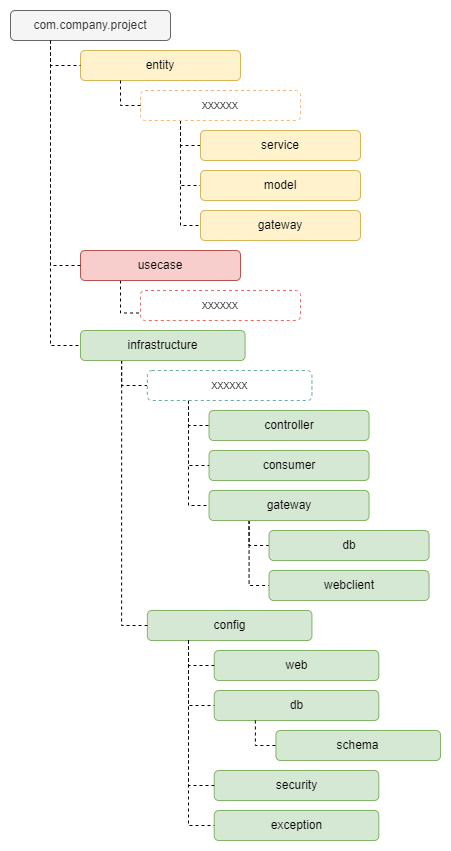
LuanPSantos/Clean-Architecture-Simplified keeps this draw.io diagram as imgs/package.png. Above is the earlier version. Source tidied: cells renumbered, new cells last; positions are measured from the earlier drawing's top-left corner, leaving out a move shared by most shapes.
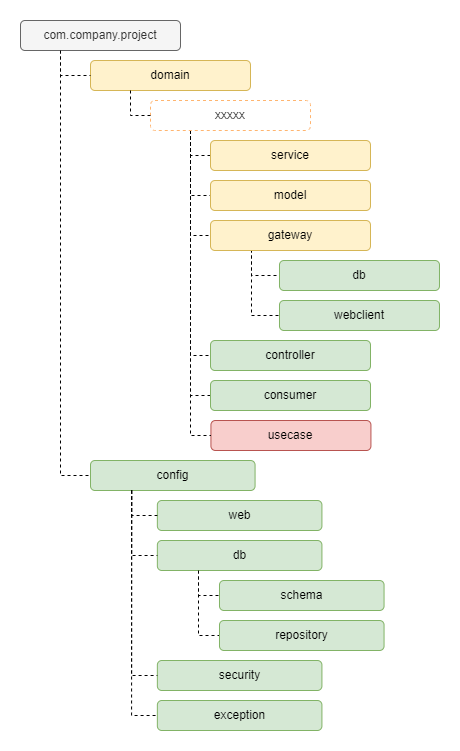
The same diagram one commit later.

What changed in the source:
```diff
@@ -2,164 +2,140 @@
   <root>
     <mxCell id="0" />
     <mxCell id="1" parent="0" />
-    <mxCell id="2" style="edgeStyle=orthogonalEdgeStyle;rounded=0;jettySize=auto;html=1;exitX=0.25;exitY=1;exitDx=0;exitDy=0;entryX=0;entryY=0.5;entryDx=0;entryDy=0;dashed=1;endArrow=none;endFill=0;" parent="1" edge="1" source="3" target="37">
+    <mxCell id="2" style="edgeStyle=orthogonalEdgeStyle;rounded=0;jettySize=auto;html=1;exitX=0.25;exitY=1;exitDx=0;exitDy=0;entryX=0;entryY=0.5;entryDx=0;entryDy=0;dashed=1;endArrow=none;endFill=0;" parent="1" edge="1" source="3" target="24">
       <mxGeometry relative="1" as="geometry" />
     </mxCell>
     <mxCell id="3" value="com.company.project" style="rounded=1;whiteSpace=wrap;html=1;fillColor=#f5f5f5;fontColor=#333333;strokeColor=#666666;" parent="1" vertex="1">
-      <mxGeometry width="160" height="30" as="geometry" />
+      <mxGeometry x="-20" y="-80" width="160" height="30" as="geometry" />
     </mxCell>
-    <mxCell id="4" value="entity" style="rounded=1;whiteSpace=wrap;html=1;fillColor=#fff2cc;strokeColor=#d6b656;" parent="1" vertex="1">
-      <mxGeometry x="70" y="40" width="160" height="30" as="geometry" />
+    <mxCell id="4" value="domain" style="rounded=1;whiteSpace=wrap;html=1;fillColor=#fff2cc;strokeColor=#d6b656;" parent="1" vertex="1">
+      <mxGeometry x="50" y="-40" width="160" height="30" as="geometry" />
     </mxCell>
     <mxCell id="5" style="edgeStyle=orthogonalEdgeStyle;rounded=0;jettySize=auto;html=1;exitX=0.25;exitY=1;exitDx=0;exitDy=0;entryX=0;entryY=0.5;entryDx=0;entryDy=0;dashed=1;endArrow=none;endFill=0;" parent="1" edge="1" source="3" target="4">
       <mxGeometry relative="1" as="geometry">
         <Array as="points">
-          <mxPoint x="40" y="55" />
+          <mxPoint x="20" y="-25" />
         </Array>
       </mxGeometry>
     </mxCell>
-    <mxCell id="6" style="edgeStyle=orthogonalEdgeStyle;rounded=0;jettySize=auto;html=1;exitX=0.25;exitY=1;exitDx=0;exitDy=0;entryX=0;entryY=0.75;entryDx=0;entryDy=0;dashed=1;endArrow=none;endFill=0;" parent="1" edge="1" source="7" target="38">
-      <mxGeometry relative="1" as="geometry">
-        <Array as="points">
-          <mxPoint x="110" y="303" />
-        </Array>
-      </mxGeometry>
+    <mxCell id="6" value="usecase" style="rounded=1;whiteSpace=wrap;html=1;fillColor=#f8cecc;strokeColor=#b85450;" parent="1" vertex="1">
+      <mxGeometry x="170.4" y="320" width="160" height="30" as="geometry" />
     </mxCell>
-    <mxCell id="7" value="usecase" style="rounded=1;whiteSpace=wrap;html=1;fillColor=#f8cecc;strokeColor=#b85450;" parent="1" vertex="1">
-      <mxGeometry x="70" y="240" width="160" height="30" as="geometry" />
+    <mxCell id="7" style="edgeStyle=orthogonalEdgeStyle;rounded=0;jettySize=auto;html=1;exitX=0.25;exitY=1;exitDx=0;exitDy=0;entryX=0;entryY=0.5;entryDx=0;entryDy=0;dashed=1;endArrow=none;endFill=0;" parent="1" edge="1" source="13" target="6">
+      <mxGeometry relative="1" as="geometry" />
     </mxCell>
-    <mxCell id="8" style="edgeStyle=orthogonalEdgeStyle;rounded=0;jettySize=auto;html=1;exitX=0.25;exitY=1;exitDx=0;exitDy=0;entryX=0;entryY=0.5;entryDx=0;entryDy=0;dashed=1;endArrow=none;endFill=0;" parent="1" edge="1" source="3" target="7">
-      <mxGeometry relative="1" as="geometry" />
+    <mxCell id="8" style="edgeStyle=orthogonalEdgeStyle;rounded=0;jettySize=auto;html=1;exitX=0.25;exitY=1;exitDx=0;exitDy=0;entryX=0;entryY=0.5;entryDx=0;entryDy=0;dashed=1;endArrow=none;endFill=0;" parent="1" edge="1" source="13" target="18">
+      <mxGeometry relative="1" as="geometry">
+        <Array as="points">
+          <mxPoint x="150" y="55" />
+        </Array>
+      </mxGeometry>
     </mxCell>
-    <mxCell id="9" style="edgeStyle=orthogonalEdgeStyle;rounded=0;jettySize=auto;html=1;exitX=0.25;exitY=1;exitDx=0;exitDy=0;entryX=0;entryY=0.5;entryDx=0;entryDy=0;dashed=1;endArrow=none;endFill=0;" parent="1" edge="1" source="12" target="20">
-      <mxGeometry relative="1" as="geometry">
-        <Array as="points">
-          <mxPoint x="170" y="135" />
-        </Array>
-      </mxGeometry>
+    <mxCell id="9" style="edgeStyle=orthogonalEdgeStyle;rounded=0;jettySize=auto;html=1;exitX=0.25;exitY=1;exitDx=0;exitDy=0;entryX=0;entryY=0.5;entryDx=0;entryDy=0;dashed=1;endArrow=none;endFill=0;" parent="1" edge="1" source="13" target="19">
+      <mxGeometry relative="1" as="geometry" />
     </mxCell>
-    <mxCell id="10" style="edgeStyle=orthogonalEdgeStyle;rounded=0;jettySize=auto;html=1;exitX=0.25;exitY=1;exitDx=0;exitDy=0;entryX=0;entryY=0.5;entryDx=0;entryDy=0;dashed=1;endArrow=none;endFill=0;" parent="1" edge="1" source="12" target="21">
+    <mxCell id="10" style="edgeStyle=orthogonalEdgeStyle;rounded=0;jettySize=auto;html=1;exitX=0.25;exitY=1;exitDx=0;exitDy=0;entryX=0;entryY=0.5;entryDx=0;entryDy=0;dashed=1;endArrow=none;endFill=0;" parent="1" edge="1" source="13" target="22">
       <mxGeometry relative="1" as="geometry" />
     </mxCell>
-    <mxCell id="11" style="edgeStyle=orthogonalEdgeStyle;rounded=0;jettySize=auto;html=1;exitX=0.25;exitY=1;exitDx=0;exitDy=0;entryX=0;entryY=0.5;entryDx=0;entryDy=0;dashed=1;endArrow=none;endFill=0;" parent="1" edge="1" source="12" target="22">
+    <mxCell id="11" style="edgeStyle=orthogonalEdgeStyle;rounded=0;jettySize=auto;html=1;exitX=0.25;exitY=1;exitDx=0;exitDy=0;entryX=0;entryY=0.5;entryDx=0;entryDy=0;dashed=1;endArrow=none;endFill=0;" parent="1" edge="1" source="13" target="15">
       <mxGeometry relative="1" as="geometry" />
     </mxCell>
-    <mxCell id="12" value="xxxxxx" style="rounded=1;whiteSpace=wrap;html=1;dashed=1;strokeColor=#FFB570;" parent="1" vertex="1">
-      <mxGeometry x="130" y="80" width="160" height="30" as="geometry" />
+    <mxCell id="12" style="edgeStyle=orthogonalEdgeStyle;rounded=0;jettySize=auto;html=1;exitX=0.25;exitY=1;exitDx=0;exitDy=0;entryX=0;entryY=0.5;entryDx=0;entryDy=0;dashed=1;endArrow=none;endFill=0;" parent="1" edge="1" source="13" target="23">
+      <mxGeometry relative="1" as="geometry" />
     </mxCell>
-    <mxCell id="13" style="edgeStyle=orthogonalEdgeStyle;rounded=0;jettySize=auto;html=1;exitX=0.25;exitY=1;exitDx=0;exitDy=0;entryX=0;entryY=0.5;entryDx=0;entryDy=0;dashed=1;endArrow=none;endFill=0;" parent="1" edge="1" source="4" target="12">
-      <mxGeometry relative="1" as="geometry">
-        <Array as="points">
-          <mxPoint x="110" y="95" />
-        </Array>
-      </mxGeometry>
+    <mxCell id="13" value="xxxxx" style="rounded=1;whiteSpace=wrap;html=1;dashed=1;strokeColor=#FFB570;" parent="1" vertex="1">
+      <mxGeometry x="110" width="160" height="30" as="geometry" />
     </mxCell>
-    <mxCell id="14" value="controller" style="rounded=1;whiteSpace=wrap;html=1;fillColor=#d5e8d4;strokeColor=#82b366;" parent="1" vertex="1">
-      <mxGeometry x="198.6" y="400" width="160" height="30" as="geometry" />
+    <mxCell id="14" style="edgeStyle=orthogonalEdgeStyle;rounded=0;jettySize=auto;html=1;exitX=0.25;exitY=1;exitDx=0;exitDy=0;entryX=0;entryY=0.5;entryDx=0;entryDy=0;dashed=1;endArrow=none;endFill=0;" parent="1" edge="1" source="4" target="13">
+      <mxGeometry relative="1" as="geometry">
+        <Array as="points">
+          <mxPoint x="90" y="15" />
+        </Array>
+      </mxGeometry>
     </mxCell>
-    <mxCell id="15" style="edgeStyle=orthogonalEdgeStyle;rounded=0;jettySize=auto;html=1;exitX=0.25;exitY=1;exitDx=0;exitDy=0;entryX=0;entryY=0.5;entryDx=0;entryDy=0;dashed=1;endArrow=none;endFill=0;" parent="1" edge="1" source="17" target="18">
-      <mxGeometry relative="1" as="geometry">
-        <Array as="points">
-          <mxPoint x="238.1" y="535" />
-        </Array>
-      </mxGeometry>
+    <mxCell id="15" value="controller" style="rounded=1;whiteSpace=wrap;html=1;fillColor=#d5e8d4;strokeColor=#82b366;" parent="1" vertex="1">
+      <mxGeometry x="170" y="240" width="160" height="30" as="geometry" />
     </mxCell>
-    <mxCell id="16" style="edgeStyle=orthogonalEdgeStyle;rounded=0;jettySize=auto;html=1;exitX=0.25;exitY=1;exitDx=0;exitDy=0;entryX=0;entryY=0.5;entryDx=0;entryDy=0;dashed=1;endArrow=none;endFill=0;" parent="1" edge="1" source="17" target="19">
-      <mxGeometry relative="1" as="geometry" />
+    <mxCell id="16" value="db" style="rounded=1;whiteSpace=wrap;html=1;fillColor=#d5e8d4;strokeColor=#82b366;" parent="1" vertex="1">
+      <mxGeometry x="239" y="160" width="160" height="30" as="geometry" />
     </mxCell>
-    <mxCell id="17" value="gateway" style="rounded=1;whiteSpace=wrap;html=1;fillColor=#d5e8d4;strokeColor=#82b366;" parent="1" vertex="1">
-      <mxGeometry x="198.6" y="480" width="160" height="30" as="geometry" />
+    <mxCell id="17" value="webclient" style="rounded=1;whiteSpace=wrap;html=1;fillColor=#d5e8d4;strokeColor=#82b366;" parent="1" vertex="1">
+      <mxGeometry x="239" y="200" width="160" height="30" as="geometry" />
     </mxCell>
-    <mxCell id="18" value="db" style="rounded=1;whiteSpace=wrap;html=1;fillColor=#d5e8d4;strokeColor=#82b366;" parent="1" vertex="1">
-      <mxGeometry x="258.6" y="520" width="160" height="30" as="geometry" />
+    <mxCell id="18" value="service" style="rounded=1;whiteSpace=wrap;html=1;fillColor=#fff2cc;strokeColor=#d6b656;" parent="1" vertex="1">
+      <mxGeometry x="170" y="40" width="160" height="30" as="geometry" />
     </mxCell>
-    <mxCell id="19" value="webclient" style="rounded=1;whiteSpace=wrap;html=1;fillColor=#d5e8d4;strokeColor=#82b366;" parent="1" vertex="1">
-      <mxGeometry x="258.6" y="560" width="160" height="30" as="geometry" />
+    <mxCell id="19" value="model" style="rounded=1;whiteSpace=wrap;html=1;fillColor=#fff2cc;strokeColor=#d6b656;" parent="1" vertex="1">
+      <mxGeometry x="170" y="80" width="160" height="30" as="geometry" />
     </mxCell>
-    <mxCell id="20" value="service" style="rounded=1;whiteSpace=wrap;html=1;fillColor=#fff2cc;strokeColor=#d6b656;" parent="1" vertex="1">
-      <mxGeometry x="190" y="120" width="160" height="30" as="geometry" />
+    <mxCell id="20" style="edgeStyle=orthogonalEdgeStyle;rounded=0;jettySize=auto;html=1;exitX=0.25;exitY=1;exitDx=0;exitDy=0;entryX=0;entryY=0.5;entryDx=0;entryDy=0;dashed=1;endArrow=none;endFill=0;" parent="1" edge="1" source="22" target="16">
+      <mxGeometry relative="1" as="geometry">
+        <Array as="points">
+          <mxPoint x="211" y="150" />
+          <mxPoint x="211" y="175" />
+        </Array>
+      </mxGeometry>
     </mxCell>
-    <mxCell id="21" value="model" style="rounded=1;whiteSpace=wrap;html=1;fillColor=#fff2cc;strokeColor=#d6b656;" parent="1" vertex="1">
-      <mxGeometry x="190" y="160" width="160" height="30" as="geometry" />
+    <mxCell id="21" style="edgeStyle=orthogonalEdgeStyle;rounded=0;jettySize=auto;html=1;exitX=0.25;exitY=1;exitDx=0;exitDy=0;entryX=0;entryY=0.5;entryDx=0;entryDy=0;dashed=1;endArrow=none;endFill=0;" parent="1" edge="1" source="22" target="17">
+      <mxGeometry relative="1" as="geometry">
+        <Array as="points">
+          <mxPoint x="211" y="150" />
+          <mxPoint x="211" y="215" />
+        </Array>
+      </mxGeometry>
     </mxCell>
     <mxCell id="22" value="gateway" style="rounded=1;whiteSpace=wrap;html=1;fillColor=#fff2cc;strokeColor=#d6b656;" parent="1" vertex="1">
-      <mxGeometry x="190" y="200" width="160" height="30" as="geometry" />
+      <mxGeometry x="170" y="120" width="160" height="30" as="geometry" />
     </mxCell>
     <mxCell id="23" value="consumer" style="rounded=1;whiteSpace=wrap;html=1;fillColor=#d5e8d4;strokeColor=#82b366;" parent="1" vertex="1">
-      <mxGeometry x="198.6" y="440" width="160" height="30" as="geometry" />
+      <mxGeometry x="170" y="280" width="160" height="30" as="geometry" />
     </mxCell>
     <mxCell id="24" value="config" style="rounded=1;whiteSpace=wrap;html=1;fillColor=#d5e8d4;strokeColor=#82b366;" parent="1" vertex="1">
-      <mxGeometry x="136.9" y="600" width="164.6" height="30" as="geometry" />
+      <mxGeometry x="50" y="360" width="164.6" height="30" as="geometry" />
     </mxCell>
     <mxCell id="25" value="web" style="rounded=1;whiteSpace=wrap;html=1;fillColor=#d5e8d4;strokeColor=#82b366;" parent="1" vertex="1">
-      <mxGeometry x="203.7" y="640" width="164.6" height="30" as="geometry" />
+      <mxGeometry x="116.9" y="400" width="164.6" height="30" as="geometry" />
     </mxCell>
     <mxCell id="26" style="edgeStyle=orthogonalEdgeStyle;rounded=0;jettySize=auto;html=1;exitX=0.25;exitY=1;exitDx=0;exitDy=0;entryX=0;entryY=0.5;entryDx=0;entryDy=0;dashed=1;endArrow=none;endFill=0;" parent="1" edge="1" source="24" target="25">
       <mxGeometry relative="1" as="geometry">
         <Array as="points">
-          <mxPoint x="178" y="655" />
+          <mxPoint x="91.1" y="415" />
         </Array>
       </mxGeometry>
     </mxCell>
-    <mxCell id="27" value="db" style="rounded=1;whiteSpace=wrap;html=1;fillColor=#d5e8d4;strokeColor=#82b366;" parent="1" vertex="1">
-      <mxGeometry x="203.7" y="680" width="164.6" height="30" as="geometry" />
+    <mxCell id="27" style="edgeStyle=orthogonalEdgeStyle;rounded=0;jettySize=auto;html=1;exitX=0.25;exitY=1;exitDx=0;exitDy=0;entryX=0;entryY=0.5;entryDx=0;entryDy=0;fontSize=35;dashed=1;endArrow=none;endFill=0;" parent="1" edge="1" source="28" target="36">
+      <mxGeometry relative="1" as="geometry" />
     </mxCell>
-    <mxCell id="28" style="edgeStyle=orthogonalEdgeStyle;rounded=0;jettySize=auto;html=1;exitX=0.25;exitY=1;exitDx=0;exitDy=0;entryX=0;entryY=0.5;entryDx=0;entryDy=0;dashed=1;endArrow=none;endFill=0;" parent="1" edge="1" source="24" target="27">
-      <mxGeometry relative="1" as="geometry" />
+    <mxCell id="28" value="db" style="rounded=1;whiteSpace=wrap;html=1;fillColor=#d5e8d4;strokeColor=#82b366;" parent="1" vertex="1">
+      <mxGeometry x="116.9" y="440" width="164.6" height="30" as="geometry" />
     </mxCell>
-    <mxCell id="29" value="security" style="rounded=1;whiteSpace=wrap;html=1;fillColor=#d5e8d4;strokeColor=#82b366;" parent="1" vertex="1">
-      <mxGeometry x="203.7" y="760" width="164.6" height="30" as="geometry" />
+    <mxCell id="29" style="edgeStyle=orthogonalEdgeStyle;rounded=0;jettySize=auto;html=1;exitX=0.25;exitY=1;exitDx=0;exitDy=0;entryX=0;entryY=0.5;entryDx=0;entryDy=0;dashed=1;endArrow=none;endFill=0;" parent="1" edge="1" source="24" target="28">
+      <mxGeometry relative="1" as="geometry" />
     </mxCell>
-    <mxCell id="30" style="edgeStyle=orthogonalEdgeStyle;rounded=0;jettySize=auto;html=1;exitX=0.25;exitY=1;exitDx=0;exitDy=0;entryX=0;entryY=0.5;entryDx=0;entryDy=0;dashed=1;endArrow=none;endFill=0;" parent="1" edge="1" source="24" target="29">
-      <mxGeometry relative="1" as="geometry" />
+    <mxCell id="30" value="security" style="rounded=1;whiteSpace=wrap;html=1;fillColor=#d5e8d4;strokeColor=#82b366;" parent="1" vertex="1">
+      <mxGeometry x="116.9" y="560" width="164.6" height="30" as="geometry" />
     </mxCell>
-    <mxCell id="31" value="exception" style="rounded=1;whiteSpace=wrap;html=1;fillColor=#d5e8d4;strokeColor=#82b366;" parent="1" vertex="1">
-      <mxGeometry x="203.7" y="800" width="164.6" height="30" as="geometry" />
+    <mxCell id="31" style="edgeStyle=orthogonalEdgeStyle;rounded=0;jettySize=auto;html=1;exitX=0.25;exitY=1;exitDx=0;exitDy=0;entryX=0;entryY=0.5;entryDx=0;entryDy=0;dashed=1;endArrow=none;endFill=0;" parent="1" edge="1" source="24" target="30">
+      <mxGeometry relative="1" as="geometry" />
     </mxCell>
-    <mxCell id="32" style="edgeStyle=orthogonalEdgeStyle;rounded=0;jettySize=auto;html=1;exitX=0.25;exitY=1;exitDx=0;exitDy=0;entryX=0;entryY=0.5;entryDx=0;entryDy=0;dashed=1;endArrow=none;endFill=0;" parent="1" edge="1" source="24" target="31">
-      <mxGeometry relative="1" as="geometry" />
+    <mxCell id="32" value="exception" style="rounded=1;whiteSpace=wrap;html=1;fillColor=#d5e8d4;strokeColor=#82b366;" parent="1" vertex="1">
+      <mxGeometry x="116.9" y="600" width="164.6" height="30" as="geometry" />
     </mxCell>
-    <mxCell id="33" value="schema" style="rounded=1;whiteSpace=wrap;html=1;fillColor=#d5e8d4;strokeColor=#82b366;" parent="1" vertex="1">
-      <mxGeometry x="265.4" y="720" width="164.6" height="30" as="geometry" />
+    <mxCell id="33" style="edgeStyle=orthogonalEdgeStyle;rounded=0;jettySize=auto;html=1;exitX=0.25;exitY=1;exitDx=0;exitDy=0;entryX=0;entryY=0.5;entryDx=0;entryDy=0;dashed=1;endArrow=none;endFill=0;" parent="1" edge="1" source="24" target="32">
+      <mxGeometry relative="1" as="geometry" />
     </mxCell>
-    <mxCell id="34" style="edgeStyle=orthogonalEdgeStyle;rounded=0;jettySize=auto;html=1;exitX=0.25;exitY=1;exitDx=0;exitDy=0;dashed=1;endArrow=none;endFill=0;entryX=0;entryY=0.5;entryDx=0;entryDy=0;" parent="1" edge="1" source="27" target="33">
-      <mxGeometry relative="1" as="geometry">
-        <Array as="points">
-          <mxPoint x="245" y="735" />
-        </Array>
-      </mxGeometry>
+    <mxCell id="34" value="schema" style="rounded=1;whiteSpace=wrap;html=1;fillColor=#d5e8d4;strokeColor=#82b366;" parent="1" vertex="1">
+      <mxGeometry x="179" y="480" width="164.6" height="30" as="geometry" />
     </mxCell>
-    <mxCell id="35" style="edgeStyle=orthogonalEdgeStyle;rounded=0;jettySize=auto;html=1;exitX=0.25;exitY=1;exitDx=0;exitDy=0;entryX=0;entryY=0.5;entryDx=0;entryDy=0;dashed=1;endArrow=none;endFill=0;" parent="1" edge="1" source="37" target="42">
+    <mxCell id="35" style="edgeStyle=orthogonalEdgeStyle;rounded=0;jettySize=auto;html=1;exitX=0.25;exitY=1;exitDx=0;exitDy=0;dashed=1;endArrow=none;endFill=0;entryX=0;entryY=0.5;entryDx=0;entryDy=0;" parent="1" edge="1" source="28" target="34">
       <mxGeometry relative="1" as="geometry">
         <Array as="points">
-          <mxPoint x="111.1" y="375" />
+          <mxPoint x="158.1" y="495" />
         </Array>
       </mxGeometry>
     </mxCell>
-    <mxCell id="36" style="edgeStyle=orthogonalEdgeStyle;rounded=0;jettySize=auto;html=1;exitX=0.25;exitY=1;exitDx=0;exitDy=0;entryX=0;entryY=0.5;entryDx=0;entryDy=0;dashed=1;endArrow=none;endFill=0;" parent="1" edge="1" source="37" target="24">
-      <mxGeometry relative="1" as="geometry" />
+    <mxCell id="36" value="repository" style="rounded=1;whiteSpace=wrap;html=1;fillColor=#d5e8d4;strokeColor=#82b366;" parent="1" vertex="1">
+      <mxGeometry x="179" y="520" width="164.6" height="30" as="geometry" />
     </mxCell>
-    <mxCell id="37" value="infrastructure" style="rounded=1;whiteSpace=wrap;html=1;fillColor=#d5e8d4;strokeColor=#82b366;" parent="1" vertex="1">
-      <mxGeometry x="70" y="320" width="164.6" height="30" as="geometry" />
-    </mxCell>
-    <mxCell id="38" value="xxxxxx" style="rounded=1;whiteSpace=wrap;html=1;dashed=1;strokeColor=#EA6B66;" parent="1" vertex="1">
-      <mxGeometry x="130" y="280" width="160" height="30" as="geometry" />
-    </mxCell>
-    <mxCell id="39" style="edgeStyle=orthogonalEdgeStyle;rounded=0;jettySize=auto;html=1;exitX=0.25;exitY=1;exitDx=0;exitDy=0;entryX=0;entryY=0.5;entryDx=0;entryDy=0;dashed=1;endArrow=none;endFill=0;" parent="1" edge="1" source="42" target="14">
-      <mxGeometry relative="1" as="geometry">
-        <Array as="points">
-          <mxPoint x="178.1" y="415" />
-        </Array>
-      </mxGeometry>
-    </mxCell>
-    <mxCell id="40" style="edgeStyle=orthogonalEdgeStyle;rounded=0;jettySize=auto;html=1;exitX=0.25;exitY=1;exitDx=0;exitDy=0;entryX=0;entryY=0.5;entryDx=0;entryDy=0;dashed=1;endArrow=none;endFill=0;" parent="1" edge="1" source="42" target="23">
-      <mxGeometry relative="1" as="geometry" />
-    </mxCell>
-    <mxCell id="41" style="edgeStyle=orthogonalEdgeStyle;rounded=0;jettySize=auto;html=1;exitX=0.25;exitY=1;exitDx=0;exitDy=0;entryX=0;entryY=0.5;entryDx=0;entryDy=0;dashed=1;endArrow=none;endFill=0;" parent="1" edge="1" source="42" target="17">
-      <mxGeometry relative="1" as="geometry" />
-    </mxCell>
-    <mxCell id="42" value="xxxxxx" style="rounded=1;whiteSpace=wrap;html=1;strokeColor=#67AB9F;dashed=1;" parent="1" vertex="1">
-      <mxGeometry x="136.9" y="360" width="164.6" height="30" as="geometry" />
-    </mxCell>
   </root>
 </mxGraphModel>
```
